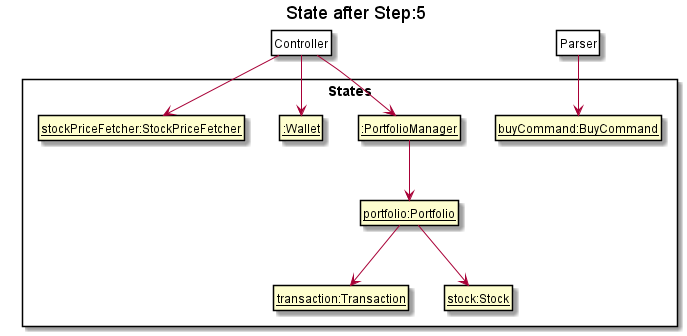
The PlantUML diagram docs/diagrams/BuyStockState2.png in nus-cs2113-AY2021S1/tp, before a commit. Source of this version:
```plantuml
@startuml

hide footbox
hide members
hide circle
skinparam packageStyle Rectangle
skinparam ClassFontColor #000000
skinparam ClassBorderColor #000000

title State after Step:5

package States {
    class State1 as "__:PortfolioManager__"
    class State2 as "__:Wallet__"
    class State3 as "__buyCommand:BuyCommand__"
    class State4 as "__portfolio:Portfolio__"
    class State5 as "__stockPriceFetcher:StockPriceFetcher__"
    class State6 as "__transaction:Transaction__"
    class State7 as "__stock:Stock__"
}
State1 -down-> State4
State4 -down-> State6
State4 -down-> State7

class Pointer as "Controller" #FFFFF
Pointer -down-> State1
Pointer -down-> State2
Pointer -down-> State5
class Pointer2 as "Parser" #FFFFF
Pointer2 -down-> State3

@enduml
```
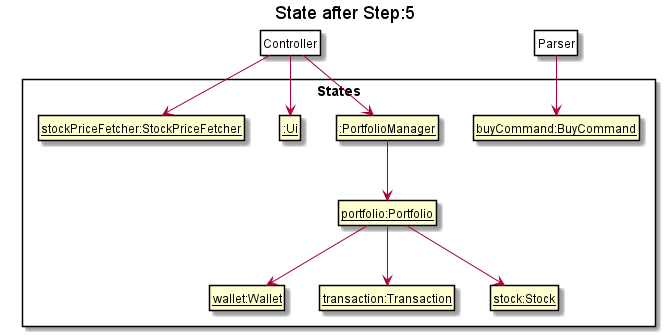
After the change.

Diff of the diagram source:
```diff
@@ -11,16 +11,18 @@
 
 package States {
     class State1 as "__:PortfolioManager__"
-    class State2 as "__:Wallet__"
+    class State2 as "__:Ui__"
     class State3 as "__buyCommand:BuyCommand__"
     class State4 as "__portfolio:Portfolio__"
     class State5 as "__stockPriceFetcher:StockPriceFetcher__"
-    class State6 as "__transaction:Transaction__"
-    class State7 as "__stock:Stock__"
+    class State6 as "__wallet:Wallet__"
+    class State7 as "__transaction:Transaction__"
+    class State8 as "__stock:Stock__"
 }
 State1 -down-> State4
 State4 -down-> State6
 State4 -down-> State7
+State4 -down-> State8
 
 class Pointer as "Controller" #FFFFF
 Pointer -down-> State1
```
